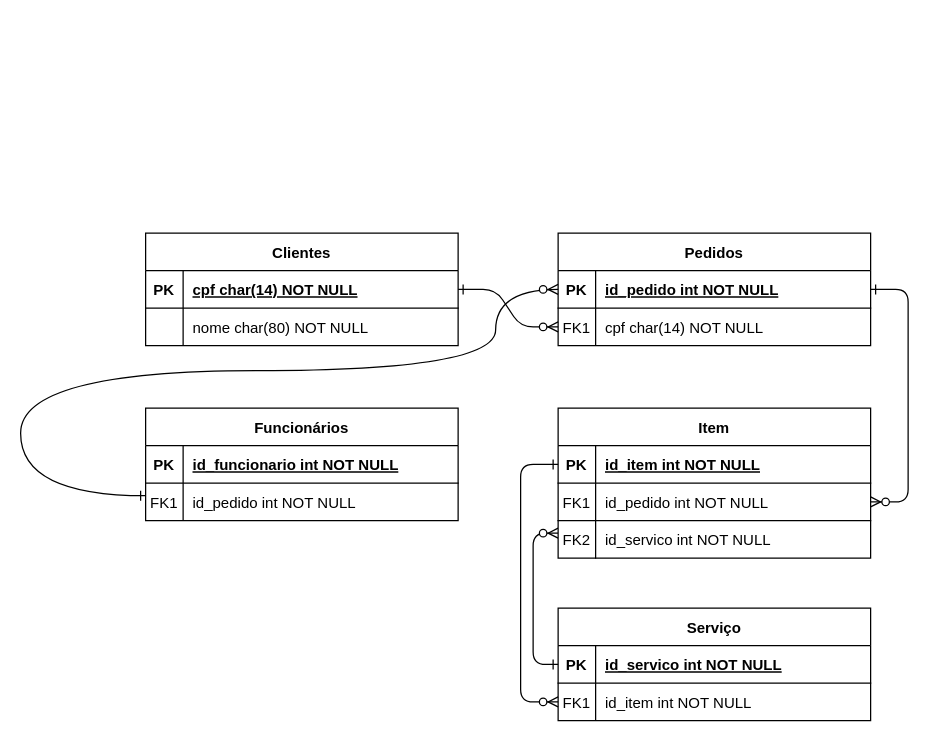
This is Untitled Diagram.drawio from djesusguimaraes/Banco-de-Dados, a draw.io file, before an edit. Source tidied: cells renumbered, new cells numbered last; positions are measured from the earlier drawing's top-left corner, leaving out a move shared by most shapes. Both pictures are drawn from the tidied source at 125%, with x=0, y=0 at pixel (20, 232).
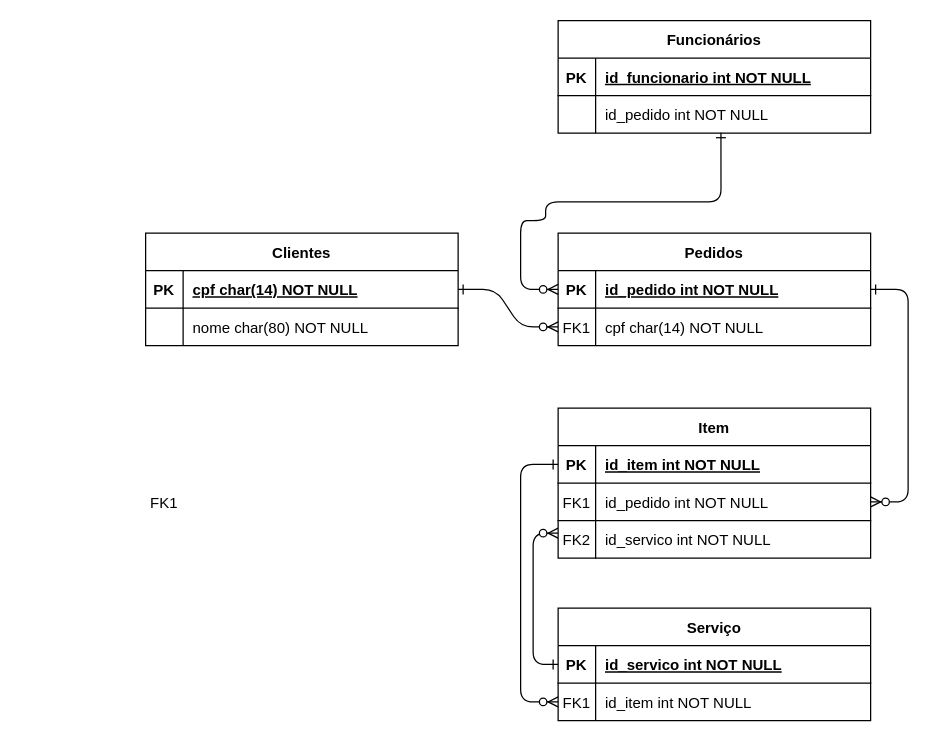
The same diagram, later.

The change refers to these unchanged cells:
```xml
<mxCell id="5" style="shape=partialRectangle;fillColor=none;points=[[0,0.5],[1,0.5]];portConstraint=eastwest;top=0;left=0;right=0;bottom=1;" parent="4" vertex="1">
  <mxGeometry y="30" width="250" height="30" as="geometry" />
</mxCell>
<mxCell id="32" style="shape=partialRectangle;fillColor=none;points=[[0,0.5],[1,0.5]];portConstraint=eastwest;top=0;left=0;right=0;bottom=0;" parent="28" vertex="1">
  <mxGeometry y="60" width="250" height="30" as="geometry" />
</mxCell>
```

Diff of the diagram source:
```diff
@@
-    <mxCell id="27" style="edgeStyle=orthogonalEdgeStyle;endArrow=ERzeroToMany;startArrow=ERone;endFill=1;startFill=0;curved=1;entryX=0;entryY=0.5;entryDx=0;entryDy=0;" parent="1" edge="1" target="5">
+    <mxCell id="27" style="edgeStyle=orthogonalEdgeStyle;endArrow=ERzeroToMany;startArrow=ERone;endFill=1;startFill=0;entryX=0;entryY=0.5;entryDx=0;entryDy=0;exitX=0.521;exitY=0.989;exitDx=0;exitDy=0;exitPerimeter=0;" parent="1" edge="1" source="32" target="5">
       <mxGeometry relative="1" as="geometry">
-        <mxPoint x="100" y="210" as="sourcePoint" />
         <Array as="points">
-          <mxPoint y="210" />
-          <mxPoint y="110" />
-          <mxPoint x="380" y="110" />
-          <mxPoint x="380" y="45" />
+          <mxPoint x="560" y="-25" />
+          <mxPoint x="420" y="-25" />
+          <mxPoint x="420" y="-10" />
+          <mxPoint x="400" y="-10" />
+          <mxPoint x="400" y="45" />
         </Array>
       </mxGeometry>
     </mxCell>
     <mxCell id="28" value="Funcionários" style="shape=table;startSize=30;childLayout=tableLayout;rowLines=0;fontStyle=1;align=center;" parent="1" vertex="1">
-      <mxGeometry x="100" y="140" width="250" height="90" as="geometry" />
+      <mxGeometry x="430" y="-170" width="250" height="90" as="geometry" />
     </mxCell>
```
